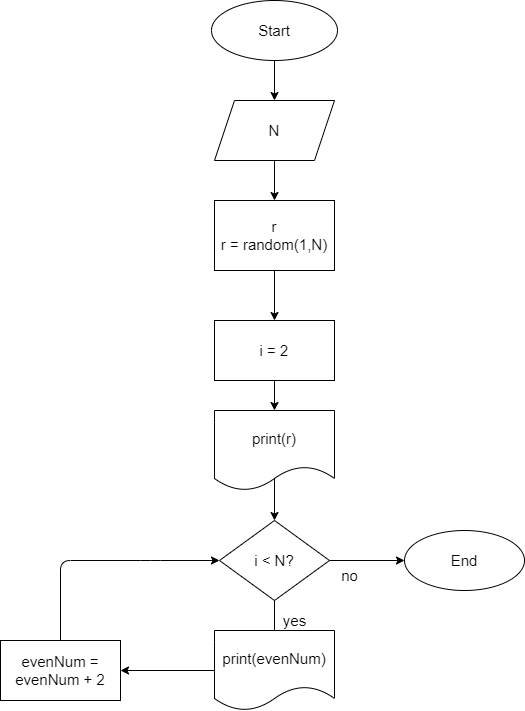
Earlier version of the draw.io export exc003.drawio.png (iksergey/practice_temp). Source tidied: cells renumbered, new cells last; positions are measured from the earlier drawing's top-left corner, leaving out a move shared by most shapes. Its diagram source:
```xml
<mxGraphModel>
  <root>
    <mxCell id="0" />
    <mxCell id="1" parent="0" />
    <mxCell id="2" style="edgeStyle=none;html=1;fontSize=15;" parent="1" edge="1" source="3" target="5">
      <mxGeometry relative="1" as="geometry" />
    </mxCell>
    <mxCell id="3" value="&lt;span style=&quot;font-size: 15px&quot;&gt;Start&lt;/span&gt;" style="ellipse;whiteSpace=wrap;html=1;" parent="1" vertex="1">
      <mxGeometry x="211" width="126" height="60" as="geometry" />
    </mxCell>
    <mxCell id="4" style="edgeStyle=none;html=1;fontSize=15;" parent="1" edge="1" source="5" target="7">
      <mxGeometry relative="1" as="geometry" />
    </mxCell>
    <mxCell id="5" value="&lt;font style=&quot;font-size: 15px&quot;&gt;N&lt;/font&gt;" style="shape=parallelogram;perimeter=parallelogramPerimeter;whiteSpace=wrap;html=1;fixedSize=1;" parent="1" vertex="1">
      <mxGeometry x="214" y="100" width="120" height="60" as="geometry" />
    </mxCell>
    <mxCell id="6" style="edgeStyle=none;html=1;" parent="1" edge="1" source="7" target="9">
      <mxGeometry relative="1" as="geometry" />
    </mxCell>
    <mxCell id="7" value="&lt;font style=&quot;font-size: 15px&quot;&gt;r&lt;br&gt;r = random(1,N)&lt;br&gt;&lt;/font&gt;" style="whiteSpace=wrap;html=1;" parent="1" vertex="1">
      <mxGeometry x="214" y="200" width="120" height="70" as="geometry" />
    </mxCell>
    <mxCell id="8" style="edgeStyle=none;html=1;entryX=0.5;entryY=0;entryDx=0;entryDy=0;fontSize=15;" parent="1" edge="1" source="9" target="19">
      <mxGeometry relative="1" as="geometry" />
    </mxCell>
    <mxCell id="9" value="&lt;font style=&quot;font-size: 15px&quot;&gt;i = 2&lt;br&gt;&lt;/font&gt;" style="whiteSpace=wrap;html=1;" parent="1" vertex="1">
      <mxGeometry x="214" y="320" width="120" height="60" as="geometry" />
    </mxCell>
    <mxCell id="10" style="edgeStyle=none;html=1;fontSize=15;" parent="1" edge="1" source="12">
      <mxGeometry relative="1" as="geometry">
        <mxPoint x="274" y="640" as="targetPoint" />
      </mxGeometry>
    </mxCell>
    <mxCell id="11" style="edgeStyle=none;html=1;fontSize=15;" parent="1" edge="1" source="12" target="20">
      <mxGeometry relative="1" as="geometry" />
    </mxCell>
    <mxCell id="12" value="&lt;font style=&quot;font-size: 15px&quot;&gt;i &amp;lt; N?&lt;/font&gt;" style="rhombus;whiteSpace=wrap;html=1;" parent="1" vertex="1">
      <mxGeometry x="219" y="520" width="110" height="80" as="geometry" />
    </mxCell>
    <mxCell id="13" style="edgeStyle=none;html=1;entryX=0;entryY=0.5;entryDx=0;entryDy=0;fontSize=15;" parent="1" edge="1" source="14" target="12">
      <mxGeometry relative="1" as="geometry">
        <Array as="points">
          <mxPoint x="60" y="560" />
          <mxPoint x="150" y="560" />
        </Array>
      </mxGeometry>
    </mxCell>
    <mxCell id="14" value="&lt;font style=&quot;font-size: 15px&quot;&gt;evenNum = evenNum + 2&lt;br&gt;&lt;/font&gt;" style="whiteSpace=wrap;html=1;" parent="1" vertex="1">
      <mxGeometry y="640" width="120" height="60" as="geometry" />
    </mxCell>
    <mxCell id="15" value="yes" style="text;html=1;align=center;verticalAlign=middle;strokeColor=none;fillColor=none;fontSize=15;" parent="1" vertex="1">
      <mxGeometry x="274" y="610" width="40" height="20" as="geometry" />
    </mxCell>
    <mxCell id="16" style="edgeStyle=none;html=1;entryX=1;entryY=0.5;entryDx=0;entryDy=0;fontSize=15;" parent="1" edge="1" source="17" target="14">
      <mxGeometry relative="1" as="geometry" />
    </mxCell>
    <mxCell id="17" value="&lt;font style=&quot;font-size: 15px&quot;&gt;print(evenNum)&lt;/font&gt;" style="shape=document;whiteSpace=wrap;html=1;boundedLbl=1;" parent="1" vertex="1">
      <mxGeometry x="214" y="630" width="120" height="80" as="geometry" />
    </mxCell>
    <mxCell id="18" style="edgeStyle=none;html=1;entryX=0.5;entryY=0;entryDx=0;entryDy=0;fontSize=15;exitX=0.5;exitY=0.855;exitDx=0;exitDy=0;exitPerimeter=0;" parent="1" edge="1" source="19" target="12">
      <mxGeometry relative="1" as="geometry" />
    </mxCell>
    <mxCell id="19" value="&lt;font style=&quot;font-size: 15px&quot;&gt;print(r)&lt;/font&gt;" style="shape=document;whiteSpace=wrap;html=1;boundedLbl=1;" parent="1" vertex="1">
      <mxGeometry x="214" y="410" width="120" height="80" as="geometry" />
    </mxCell>
    <mxCell id="20" value="&lt;font style=&quot;font-size: 15px&quot;&gt;End&lt;/font&gt;" style="ellipse;whiteSpace=wrap;html=1;" parent="1" vertex="1">
      <mxGeometry x="404" y="530" width="120" height="60" as="geometry" />
    </mxCell>
    <mxCell id="21" value="no" style="text;html=1;align=center;verticalAlign=middle;strokeColor=none;fillColor=none;fontSize=15;" parent="1" vertex="1">
      <mxGeometry x="334" y="565" width="30" height="20" as="geometry" />
    </mxCell>
  </root>
</mxGraphModel>
```
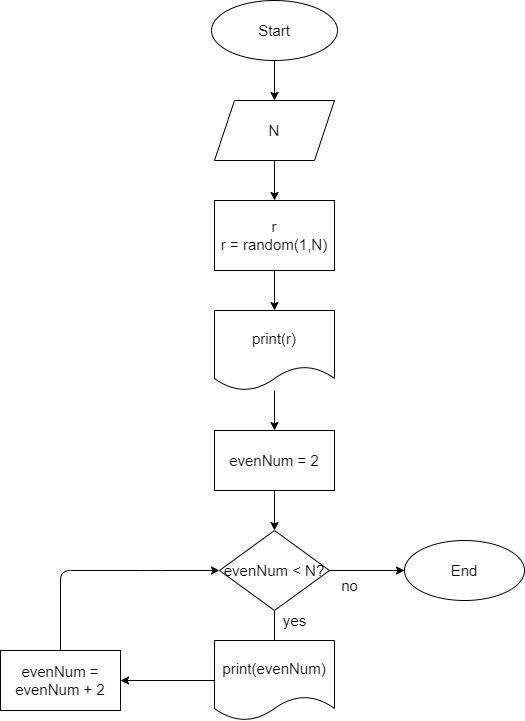
The same file after the commit.

Commit message:
even num list fixed

Diff of the diagram source:
```diff
@@ -14,39 +14,39 @@
     <mxCell id="5" value="&lt;font style=&quot;font-size: 15px&quot;&gt;N&lt;/font&gt;" style="shape=parallelogram;perimeter=parallelogramPerimeter;whiteSpace=wrap;html=1;fixedSize=1;" parent="1" vertex="1">
       <mxGeometry x="214" y="100" width="120" height="60" as="geometry" />
     </mxCell>
-    <mxCell id="6" style="edgeStyle=none;html=1;" parent="1" edge="1" source="7" target="9">
-      <mxGeometry relative="1" as="geometry" />
-    </mxCell>
+    <mxCell id="22" style="edgeStyle=none;html=1;exitX=0.5;exitY=1;exitDx=0;exitDy=0;entryX=0.5;entryY=0;entryDx=0;entryDy=0;fontSize=15;" parent="1" edge="1" source="7" target="19">
+      <mxGeometry relative="1" as="geometry" />
+    </mxCell>
     <mxCell id="7" value="&lt;font style=&quot;font-size: 15px&quot;&gt;r&lt;br&gt;r = random(1,N)&lt;br&gt;&lt;/font&gt;" style="whiteSpace=wrap;html=1;" parent="1" vertex="1">
       <mxGeometry x="214" y="200" width="120" height="70" as="geometry" />
     </mxCell>
-    <mxCell id="8" style="edgeStyle=none;html=1;entryX=0.5;entryY=0;entryDx=0;entryDy=0;fontSize=15;" parent="1" edge="1" source="9" target="19">
-      <mxGeometry relative="1" as="geometry" />
-    </mxCell>
+    <mxCell id="23" style="edgeStyle=none;html=1;entryX=0.5;entryY=0;entryDx=0;entryDy=0;fontSize=15;" parent="1" edge="1" source="9" target="12">
+      <mxGeometry relative="1" as="geometry" />
+    </mxCell>
-    <mxCell id="9" value="&lt;font style=&quot;font-size: 15px&quot;&gt;i = 2&lt;br&gt;&lt;/font&gt;" style="whiteSpace=wrap;html=1;" parent="1" vertex="1">
-      <mxGeometry x="214" y="320" width="120" height="60" as="geometry" />
+    <mxCell id="9" value="&lt;font style=&quot;font-size: 15px&quot;&gt;evenNum = 2&lt;br&gt;&lt;/font&gt;" style="whiteSpace=wrap;html=1;" parent="1" vertex="1">
+      <mxGeometry x="214" y="430" width="120" height="60" as="geometry" />
     </mxCell>
     <mxCell id="10" style="edgeStyle=none;html=1;fontSize=15;" parent="1" edge="1" source="12">
       <mxGeometry relative="1" as="geometry">
-        <mxPoint x="274" y="640" as="targetPoint" />
+        <mxPoint x="274" y="650" as="targetPoint" />
       </mxGeometry>
     </mxCell>
     <mxCell id="11" style="edgeStyle=none;html=1;fontSize=15;" parent="1" edge="1" source="12" target="20">
       <mxGeometry relative="1" as="geometry" />
     </mxCell>
-    <mxCell id="12" value="&lt;font style=&quot;font-size: 15px&quot;&gt;i &amp;lt; N?&lt;/font&gt;" style="rhombus;whiteSpace=wrap;html=1;" parent="1" vertex="1">
-      <mxGeometry x="219" y="520" width="110" height="80" as="geometry" />
+    <mxCell id="12" value="&lt;font style=&quot;font-size: 15px&quot;&gt;evenNum &amp;lt; N?&lt;/font&gt;" style="rhombus;whiteSpace=wrap;html=1;" parent="1" vertex="1">
+      <mxGeometry x="219" y="530" width="110" height="80" as="geometry" />
     </mxCell>
     <mxCell id="13" style="edgeStyle=none;html=1;entryX=0;entryY=0.5;entryDx=0;entryDy=0;fontSize=15;" parent="1" edge="1" source="14" target="12">
       <mxGeometry relative="1" as="geometry">
         <Array as="points">
-          <mxPoint x="60" y="560" />
-          <mxPoint x="150" y="560" />
+          <mxPoint x="60" y="570" />
+          <mxPoint x="150" y="570" />
         </Array>
       </mxGeometry>
     </mxCell>
     <mxCell id="14" value="&lt;font style=&quot;font-size: 15px&quot;&gt;evenNum = evenNum + 2&lt;br&gt;&lt;/font&gt;" style="whiteSpace=wrap;html=1;" parent="1" vertex="1">
-      <mxGeometry y="640" width="120" height="60" as="geometry" />
+      <mxGeometry y="650" width="120" height="60" as="geometry" />
     </mxCell>
     <mxCell id="15" value="yes" style="text;html=1;align=center;verticalAlign=middle;strokeColor=none;fillColor=none;fontSize=15;" parent="1" vertex="1">
       <mxGeometry x="274" y="610" width="40" height="20" as="geometry" />
@@ -55,19 +55,19 @@
       <mxGeometry relative="1" as="geometry" />
     </mxCell>
     <mxCell id="17" value="&lt;font style=&quot;font-size: 15px&quot;&gt;print(evenNum)&lt;/font&gt;" style="shape=document;whiteSpace=wrap;html=1;boundedLbl=1;" parent="1" vertex="1">
-      <mxGeometry x="214" y="630" width="120" height="80" as="geometry" />
+      <mxGeometry x="214" y="640" width="120" height="80" as="geometry" />
     </mxCell>
-    <mxCell id="18" style="edgeStyle=none;html=1;entryX=0.5;entryY=0;entryDx=0;entryDy=0;fontSize=15;exitX=0.5;exitY=0.855;exitDx=0;exitDy=0;exitPerimeter=0;" parent="1" edge="1" source="19" target="12">
-      <mxGeometry relative="1" as="geometry" />
-    </mxCell>
+    <mxCell id="24" style="edgeStyle=none;html=1;entryX=0.5;entryY=0;entryDx=0;entryDy=0;fontSize=15;" parent="1" edge="1" source="19" target="9">
+      <mxGeometry relative="1" as="geometry" />
+    </mxCell>
     <mxCell id="19" value="&lt;font style=&quot;font-size: 15px&quot;&gt;print(r)&lt;/font&gt;" style="shape=document;whiteSpace=wrap;html=1;boundedLbl=1;" parent="1" vertex="1">
-      <mxGeometry x="214" y="410" width="120" height="80" as="geometry" />
+      <mxGeometry x="214" y="310" width="120" height="80" as="geometry" />
     </mxCell>
     <mxCell id="20" value="&lt;font style=&quot;font-size: 15px&quot;&gt;End&lt;/font&gt;" style="ellipse;whiteSpace=wrap;html=1;" parent="1" vertex="1">
-      <mxGeometry x="404" y="530" width="120" height="60" as="geometry" />
+      <mxGeometry x="404" y="540" width="120" height="60" as="geometry" />
     </mxCell>
     <mxCell id="21" value="no" style="text;html=1;align=center;verticalAlign=middle;strokeColor=none;fillColor=none;fontSize=15;" parent="1" vertex="1">
-      <mxGeometry x="334" y="565" width="30" height="20" as="geometry" />
+      <mxGeometry x="334" y="575" width="30" height="20" as="geometry" />
     </mxCell>
   </root>
 </mxGraphModel>
```
